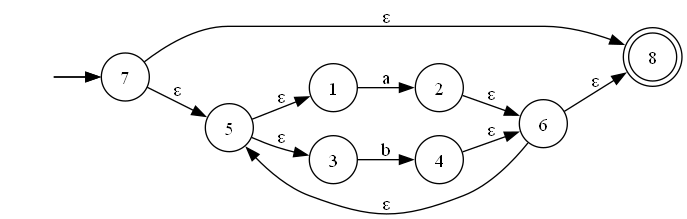
Above: automata.gv.png in donmatthiuz/Laboratorios_Teoria_Computacion- (Graphviz), before the change. Its source is kept beside it as automata.gv.
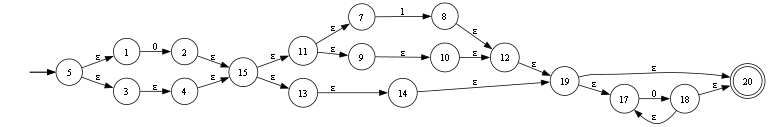
Above is the later version.

Diff of the diagram source:
```diff
@@ -1,20 +1,32 @@
 digraph finite_state_machine {
 	rankdir=LR size="8,5"
 	node [shape=doublecircle]
-	8
+	20
 	node [shape=circle]
 	"" [style=invis]
-	"" -> 7
-	7 -> 5 [label="ε"]
-	6 -> 5 [label="ε"]
-	6 -> 8 [label="ε"]
+	"" -> 5
+	5 -> 1 [label="ε"]
 	"" [style=invis]
-	"" -> 7
-	7 -> 8 [label="ε"]
-	5 -> 1 [label="ε"]
+	"" -> 5
 	5 -> 3 [label="ε"]
-	2 -> 6 [label="ε"]
-	4 -> 6 [label="ε"]
-	1 -> 2 [label=a]
-	3 -> 4 [label=b]
+	2 -> 15 [label="ε"]
+	4 -> 15 [label="ε"]
+	1 -> 2 [label=0]
+	3 -> 4 [label="ε"]
+	15 -> 11 [label="ε"]
+	15 -> 13 [label="ε"]
+	12 -> 19 [label="ε"]
+	14 -> 19 [label="ε"]
+	11 -> 7 [label="ε"]
+	11 -> 9 [label="ε"]
+	8 -> 12 [label="ε"]
+	10 -> 12 [label="ε"]
+	7 -> 8 [label=1]
+	9 -> 10 [label="ε"]
+	13 -> 14 [label="ε"]
+	19 -> 17 [label="ε"]
+	18 -> 17 [label="ε"]
+	18 -> 20 [label="ε"]
+	19 -> 20 [label="ε"]
+	17 -> 18 [label=0]
 }
```
